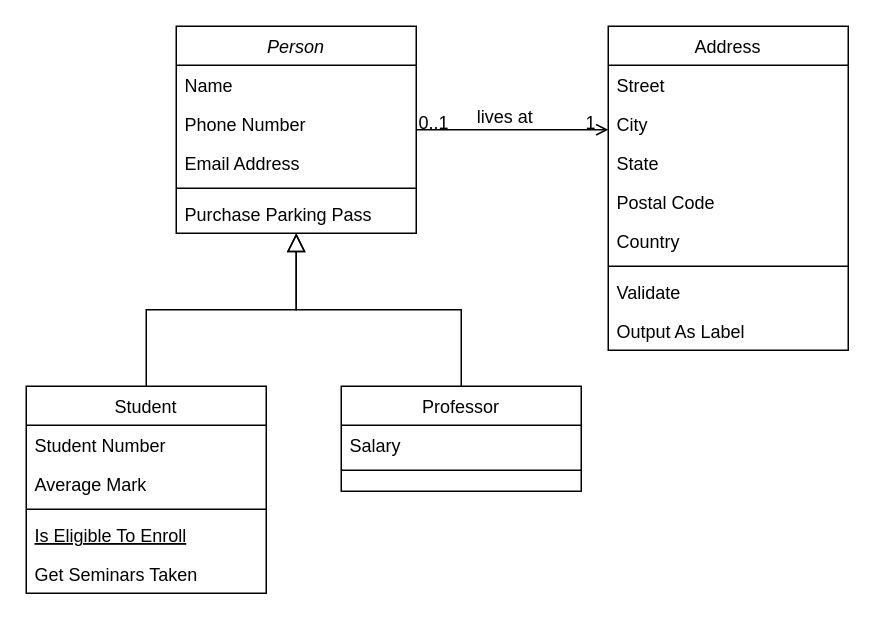
Before: Diagrama sem nome.drawio in Paracatu/Maria-Julia-Paracatu, a draw.io diagram. Source tidied: cells renumbered, new cells numbered last; positions are measured from the earlier drawing's top-left corner, leaving out a move shared by most shapes. Both pictures are drawn from the tidied source at 150%, with x=0, y=0 at pixel (26, 26).
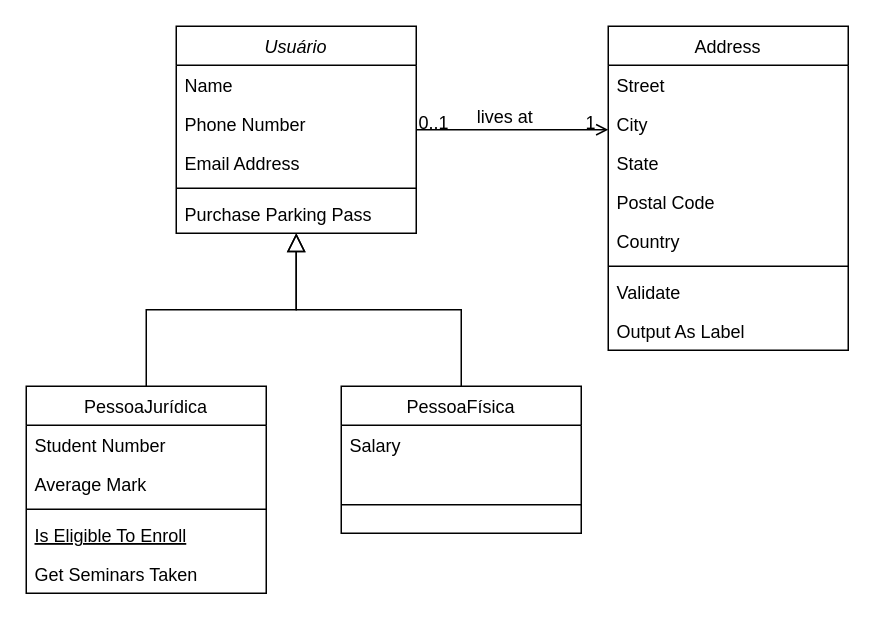
The same page after the edit.

What changed in the source:
```diff
@@
-    <mxCell id="2" value="Person" style="swimlane;fontStyle=2;align=center;verticalAlign=top;horizontal=1;startSize=26;rounded=0;shadow=0;strokeWidth=1;" parent="1" vertex="1">
+    <mxCell id="2" value="Usuário" style="swimlane;fontStyle=2;align=center;verticalAlign=top;horizontal=1;startSize=26;rounded=0;shadow=0;strokeWidth=1;" parent="1" vertex="1">
       <mxGeometry x="100" width="160" height="138" as="geometry" />
     </mxCell>
@@
-    <mxCell id="8" value="Student" style="swimlane;fontStyle=0;align=center;verticalAlign=top;horizontal=1;startSize=26;rounded=0;shadow=0;strokeWidth=1;" parent="1" vertex="1">
+    <mxCell id="8" value="PessoaJurídica" style="swimlane;fontStyle=0;align=center;verticalAlign=top;horizontal=1;startSize=26;rounded=0;shadow=0;strokeWidth=1;" parent="1" vertex="1">
       <mxGeometry y="240" width="160" height="138" as="geometry" />
     </mxCell>
@@
-    <mxCell id="15" value="Professor" style="swimlane;fontStyle=0;align=center;verticalAlign=top;horizontal=1;startSize=26;rounded=0;shadow=0;strokeWidth=1;" parent="1" vertex="1">
-      <mxGeometry x="210" y="240" width="160" height="70" as="geometry" />
+    <mxCell id="15" value="PessoaFísica" style="swimlane;fontStyle=0;align=center;verticalAlign=top;horizontal=1;startSize=26;rounded=0;shadow=0;strokeWidth=1;" parent="1" vertex="1">
+      <mxGeometry x="210" y="240" width="160" height="98" as="geometry" />
     </mxCell>
     <mxCell id="16" value="Salary" style="text;align=left;verticalAlign=top;spacingLeft=4;spacingRight=4;overflow=hidden;" parent="15" vertex="1">
-      <mxGeometry y="26" width="160" height="26" as="geometry" />
+      <mxGeometry y="26" width="160" height="34" as="geometry" />
     </mxCell>
     <mxCell id="17" style="line;html=1;strokeWidth=1;align=left;verticalAlign=middle;spacingTop=-1;spacingLeft=3;spacingRight=3;labelPosition=right;" parent="15" vertex="1">
-      <mxGeometry y="52" width="160" height="8" as="geometry" />
+      <mxGeometry y="60" width="160" height="38" as="geometry" />
     </mxCell>
```
